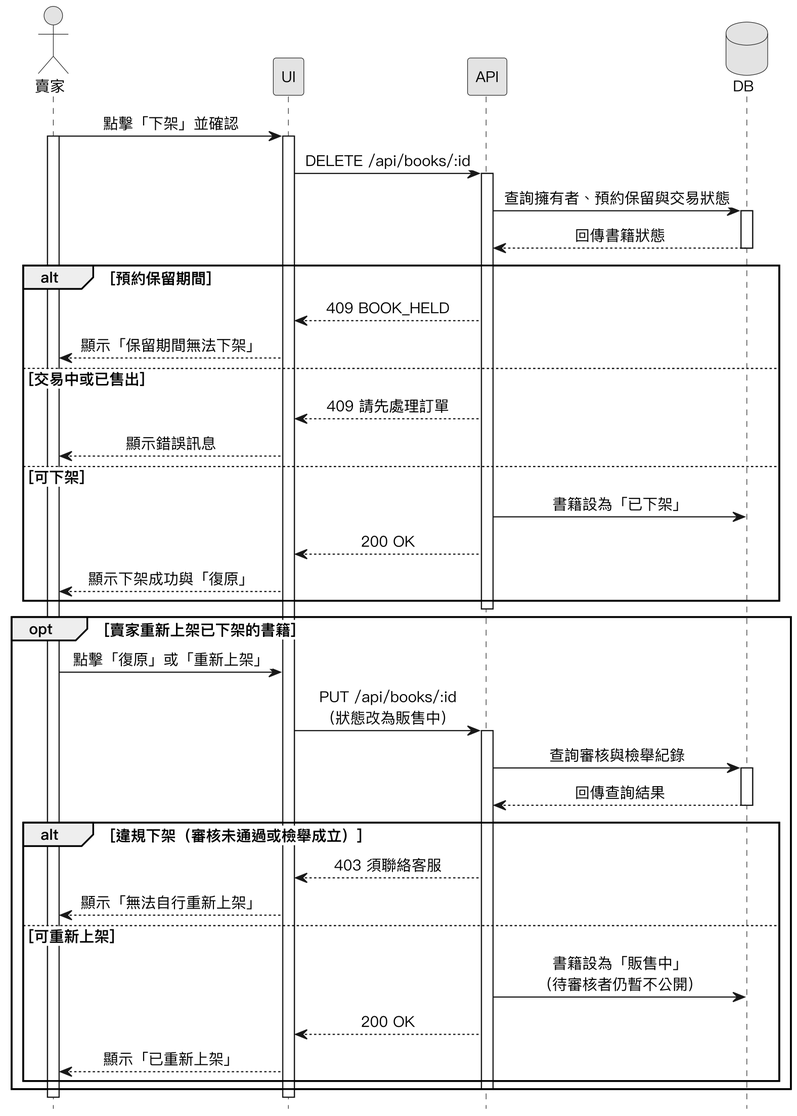
SaveMyBook/SaveMyBook keeps this PlantUML diagram as Diagrams/Sequence Diagrams/v3/seq_delist.png. Above is the earlier version.
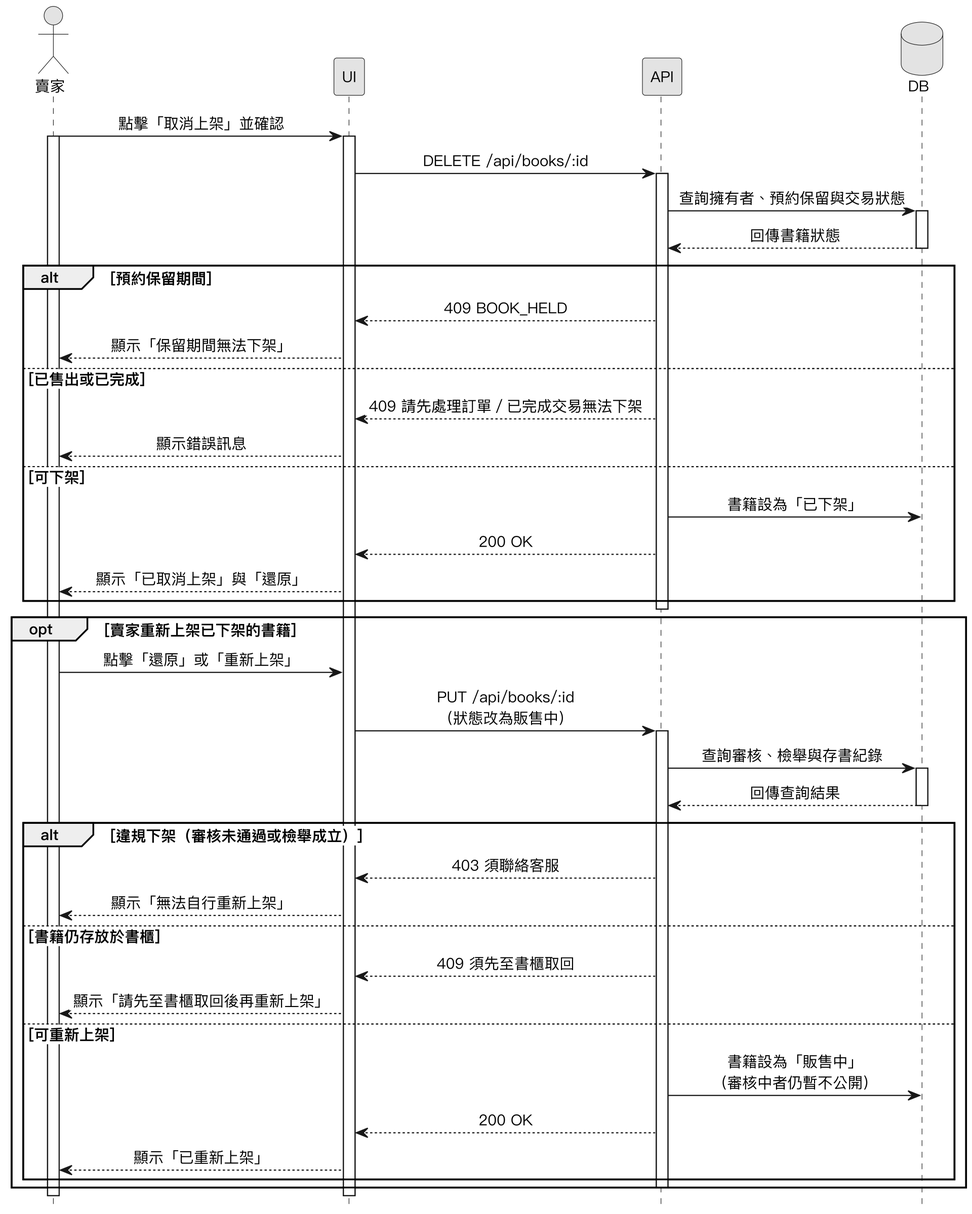
The same file after the commit.

Diff of the diagram source:
```diff
@@ -13,7 +13,7 @@
 participant API
 database DB
 
-賣家 -> UI : 點擊「下架」並確認
+賣家 -> UI : 點擊「取消上架」並確認
 activate 賣家
 activate UI
 UI -> API : DELETE /api/books/:id
@@ -25,29 +25,32 @@
 alt 預約保留期間
   API --> UI : 409 BOOK_HELD
   UI --> 賣家 : 顯示「保留期間無法下架」
-else 交易中或已售出
-  API --> UI : 409 請先處理訂單
+else 已售出或已完成
+  API --> UI : 409 請先處理訂單／已完成交易無法下架
   UI --> 賣家 : 顯示錯誤訊息
 else 可下架
   API -> DB : 書籍設為「已下架」
   API --> UI : 200 OK
-  UI --> 賣家 : 顯示下架成功與「復原」
+  UI --> 賣家 : 顯示「已取消上架」與「還原」
 end
 deactivate API
 
 opt 賣家重新上架已下架的書籍
-  賣家 -> UI : 點擊「復原」或「重新上架」
+  賣家 -> UI : 點擊「還原」或「重新上架」
   UI -> API : PUT /api/books/:id\n（狀態改為販售中）
   activate API
-  API -> DB : 查詢審核與檢舉紀錄
+  API -> DB : 查詢審核、檢舉與存書紀錄
   activate DB
   DB --> API : 回傳查詢結果
   deactivate DB
   alt 違規下架（審核未通過或檢舉成立）
     API --> UI : 403 須聯絡客服
     UI --> 賣家 : 顯示「無法自行重新上架」
+  else 書籍仍存放於書櫃
+    API --> UI : 409 須先至書櫃取回
+    UI --> 賣家 : 顯示「請先至書櫃取回後再重新上架」
   else 可重新上架
-    API -> DB : 書籍設為「販售中」\n（待審核者仍暫不公開）
+    API -> DB : 書籍設為「販售中」\n（審核中者仍暫不公開）
     API --> UI : 200 OK
     UI --> 賣家 : 顯示「已重新上架」
   end
```
